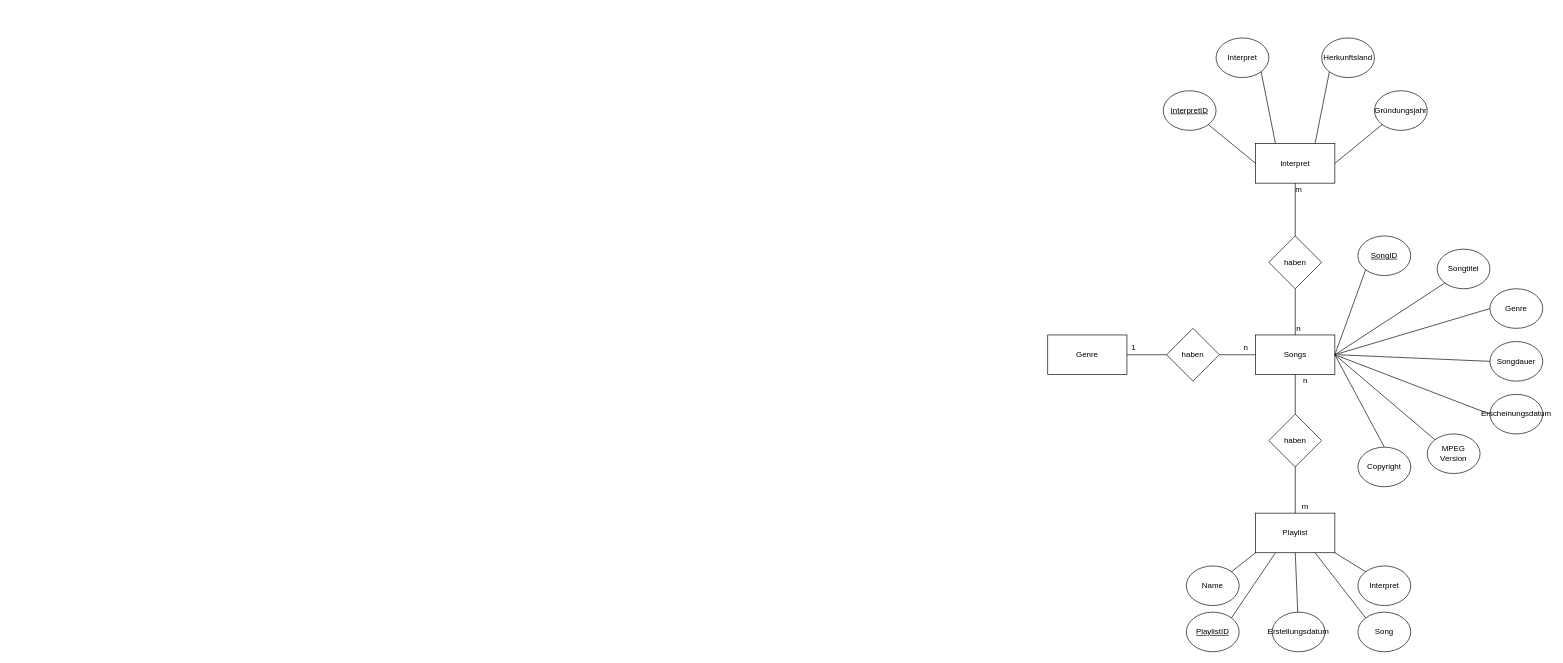
ManuelEderr/Musikverwaltung keeps this draw.io diagram as Untitled Diagram.drawio. Above is the earlier version. Source tidied: cells renumbered, new cells numbered last; positions are measured from the earlier drawing's top-left corner, leaving out a move shared by most shapes. Both pictures are drawn from the tidied source at 66%, with x=0, y=0 at pixel (1047, 38).
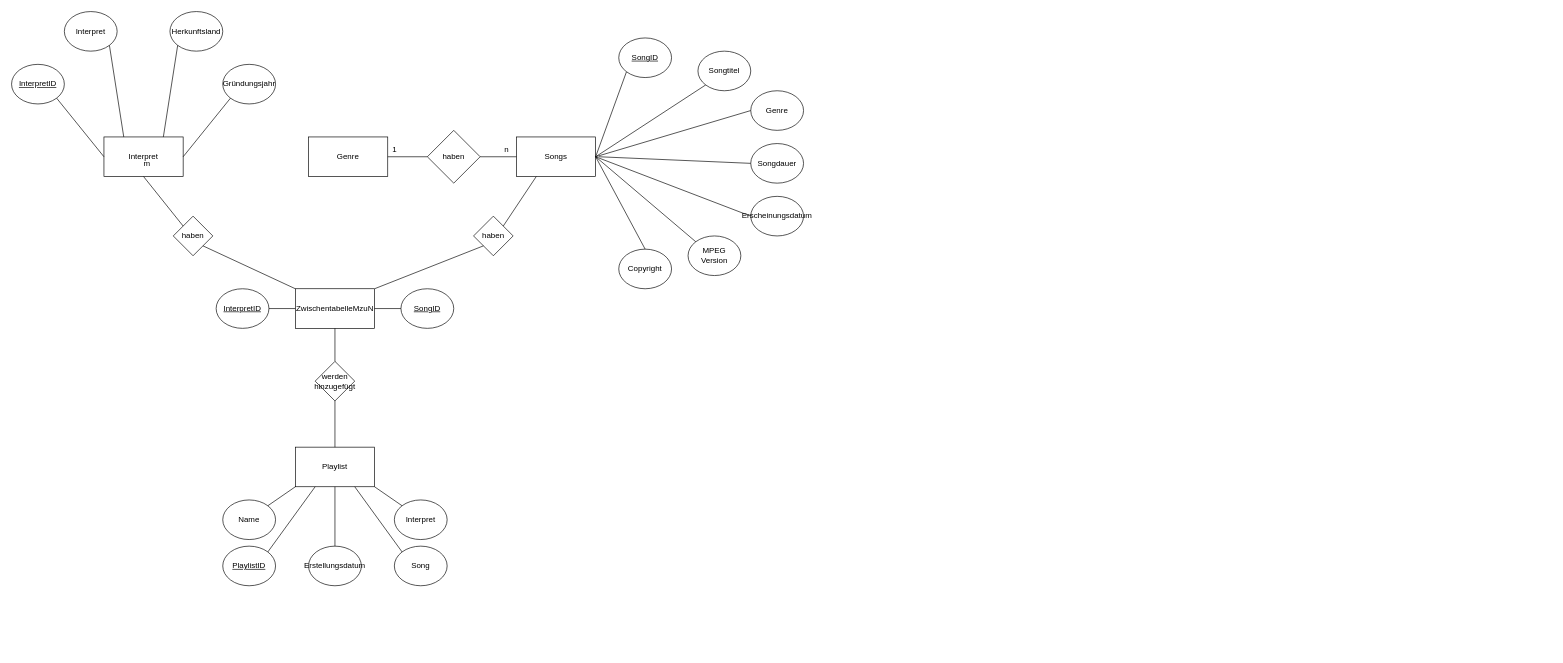
The same page after the edit.

Diff of the diagram source:
```diff
@@
     <mxCell id="2" value="Interpret" style="rounded=0;whiteSpace=wrap;html=1;" parent="1" vertex="1">
-      <mxGeometry x="315" y="160" width="120" height="60" as="geometry" />
+      <mxGeometry x="-1430" y="150" width="120" height="60" as="geometry" />
     </mxCell>
-    <mxCell id="3" value="haben" style="rhombus;whiteSpace=wrap;html=1;" parent="1" vertex="1">
-      <mxGeometry x="335" y="300" width="80" height="80" as="geometry" />
-    </mxCell>
     <mxCell id="4" value="Songs" style="rounded=0;whiteSpace=wrap;html=1;" parent="1" vertex="1">
-      <mxGeometry x="315" y="450" width="120" height="60" as="geometry" />
+      <mxGeometry x="-805" y="150" width="120" height="60" as="geometry" />
     </mxCell>
     <mxCell id="5" value="Playlist" style="rounded=0;whiteSpace=wrap;html=1;" parent="1" vertex="1">
-      <mxGeometry x="315" y="720" width="120" height="60" as="geometry" />
+      <mxGeometry x="-1140" y="620" width="120" height="60" as="geometry" />
     </mxCell>
     <mxCell id="6" value="Genre" style="rounded=0;whiteSpace=wrap;html=1;" parent="1" vertex="1">
-      <mxGeometry y="450" width="120" height="60" as="geometry" />
+      <mxGeometry x="-1120" y="150" width="120" height="60" as="geometry" />
     </mxCell>
-    <mxCell id="7" value="haben" style="rhombus;whiteSpace=wrap;html=1;" parent="1" vertex="1">
-      <mxGeometry x="335" y="570" width="80" height="80" as="geometry" />
-    </mxCell>
     <mxCell id="8" value="haben" style="rhombus;whiteSpace=wrap;html=1;" parent="1" vertex="1">
-      <mxGeometry x="180" y="440" width="80" height="80" as="geometry" />
+      <mxGeometry x="-940" y="140" width="80" height="80" as="geometry" />
     </mxCell>
     <mxCell id="9" value="&lt;u&gt;InterpretID&lt;/u&gt;" style="ellipse;whiteSpace=wrap;html=1;" parent="1" vertex="1">
-      <mxGeometry x="175" y="80" width="80" height="60" as="geometry" />
+      <mxGeometry x="-1570" y="40" width="80" height="60" as="geometry" />
     </mxCell>
     <mxCell id="10" value="Interpret" style="ellipse;whiteSpace=wrap;html=1;" parent="1" vertex="1">
-      <mxGeometry x="255" width="80" height="60" as="geometry" />
+      <mxGeometry x="-1490" y="-40" width="80" height="60" as="geometry" />
     </mxCell>
     <mxCell id="11" value="Herkunftsland" style="ellipse;whiteSpace=wrap;html=1;" parent="1" vertex="1">
-      <mxGeometry x="415" width="80" height="60" as="geometry" />
+      <mxGeometry x="-1330" y="-40" width="80" height="60" as="geometry" />
     </mxCell>
     <mxCell id="12" value="Gründungsjahr" style="ellipse;whiteSpace=wrap;html=1;" parent="1" vertex="1">
-      <mxGeometry x="495" y="80" width="80" height="60" as="geometry" />
+      <mxGeometry x="-1250" y="40" width="80" height="60" as="geometry" />
     </mxCell>
     <mxCell id="13" value="&lt;u&gt;SongID&lt;/u&gt;" style="ellipse;whiteSpace=wrap;html=1;" parent="1" vertex="1">
-      <mxGeometry x="470" y="300" width="80" height="60" as="geometry" />
+      <mxGeometry x="-650" width="80" height="60" as="geometry" />
     </mxCell>
     <mxCell id="14" value="Songtitel" style="ellipse;whiteSpace=wrap;html=1;" parent="1" vertex="1">
-      <mxGeometry x="590" y="320" width="80" height="60" as="geometry" />
+      <mxGeometry x="-530" y="20" width="80" height="60" as="geometry" />
     </mxCell>
     <mxCell id="15" value="Songdauer" style="ellipse;whiteSpace=wrap;html=1;" parent="1" vertex="1">
-      <mxGeometry x="670" y="460" width="80" height="60" as="geometry" />
+      <mxGeometry x="-450" y="160" width="80" height="60" as="geometry" />
     </mxCell>
     <mxCell id="16" value="Genre" style="ellipse;whiteSpace=wrap;html=1;" parent="1" vertex="1">
-      <mxGeometry x="670" y="380" width="80" height="60" as="geometry" />
+      <mxGeometry x="-450" y="80" width="80" height="60" as="geometry" />
     </mxCell>
     <mxCell id="17" value="Erscheinungsdatum" style="ellipse;whiteSpace=wrap;html=1;" parent="1" vertex="1">
-      <mxGeometry x="670" y="540" width="80" height="60" as="geometry" />
+      <mxGeometry x="-450" y="240" width="80" height="60" as="geometry" />
     </mxCell>
     <mxCell id="18" value="MPEG Version" style="ellipse;whiteSpace=wrap;html=1;" parent="1" vertex="1">
-      <mxGeometry x="575" y="600" width="80" height="60" as="geometry" />
+      <mxGeometry x="-545" y="300" width="80" height="60" as="geometry" />
     </mxCell>
     <mxCell id="19" value="Copyright" style="ellipse;whiteSpace=wrap;html=1;" parent="1" vertex="1">
-      <mxGeometry x="470" y="620" width="80" height="60" as="geometry" />
+      <mxGeometry x="-650" y="320" width="80" height="60" as="geometry" />
     </mxCell>
     <mxCell id="20" value="Name" style="ellipse;whiteSpace=wrap;html=1;" parent="1" vertex="1">
-      <mxGeometry x="210" y="800" width="80" height="60" as="geometry" />
+      <mxGeometry x="-1250" y="700" width="80" height="60" as="geometry" />
     </mxCell>
     <mxCell id="21" value="Erstellungsdatum" style="ellipse;whiteSpace=wrap;html=1;" parent="1" vertex="1">
-      <mxGeometry x="340" y="870" width="80" height="60" as="geometry" />
+      <mxGeometry x="-1120" y="770" width="80" height="60" as="geometry" />
     </mxCell>
     <mxCell id="22" value="Song" style="ellipse;whiteSpace=wrap;html=1;" parent="1" vertex="1">
-      <mxGeometry x="470" y="870" width="80" height="60" as="geometry" />
+      <mxGeometry x="-990" y="770" width="80" height="60" as="geometry" />
     </mxCell>
     <mxCell id="23" value="Interpret" style="ellipse;whiteSpace=wrap;html=1;" parent="1" vertex="1">
-      <mxGeometry x="470" y="800" width="80" height="60" as="geometry" />
+      <mxGeometry x="-990" y="700" width="80" height="60" as="geometry" />
     </mxCell>
     <mxCell id="24" value="&lt;u&gt;PlaylistID&lt;/u&gt;" style="ellipse;whiteSpace=wrap;html=1;" parent="1" vertex="1">
-      <mxGeometry x="210" y="870" width="80" height="60" as="geometry" />
+      <mxGeometry x="-1250" y="770" width="80" height="60" as="geometry" />
     </mxCell>
@@
     <mxCell id="32" style="endArrow=none;html=1;rounded=0;exitX=0;exitY=0.5;exitDx=0;exitDy=0;" parent="1" edge="1" source="15">
       <mxGeometry relative="1" as="geometry">
-        <mxPoint x="440" y="480" as="targetPoint" />
+        <mxPoint x="-680" y="180" as="targetPoint" />
       </mxGeometry>
     </mxCell>
@@
     <mxCell id="43" value="1" style="text;html=1;align=center;verticalAlign=middle;strokeColor=none;fillColor=none;" parent="1" vertex="1">
-      <mxGeometry x="120" y="460" width="20" height="20" as="geometry" />
+      <mxGeometry x="-1000" y="160" width="20" height="20" as="geometry" />
     </mxCell>
     <mxCell id="44" value="n" style="text;html=1;align=center;verticalAlign=middle;strokeColor=none;fillColor=none;" parent="1" vertex="1">
-      <mxGeometry x="290" y="460" width="20" height="20" as="geometry" />
+      <mxGeometry x="-830" y="160" width="20" height="20" as="geometry" />
     </mxCell>
-    <mxCell id="45" style="endArrow=none;html=1;rounded=0;exitX=0.5;exitY=0;exitDx=0;exitDy=0;entryX=0.5;entryY=1;entryDx=0;entryDy=0;" parent="1" edge="1" source="3" target="2">
-      <mxGeometry relative="1" as="geometry" />
-    </mxCell>
-    <mxCell id="46" style="endArrow=none;html=1;rounded=0;exitX=0.5;exitY=0;exitDx=0;exitDy=0;" parent="1" edge="1" source="4">
-      <mxGeometry relative="1" as="geometry">
-        <mxPoint x="375" y="380" as="targetPoint" />
-      </mxGeometry>
-    </mxCell>
     <mxCell id="47" value="m" style="text;html=1;align=center;verticalAlign=middle;strokeColor=none;fillColor=none;" parent="1" vertex="1">
-      <mxGeometry x="365" y="220" width="30" height="20" as="geometry" />
+      <mxGeometry x="-1380" y="180" width="30" height="20" as="geometry" />
     </mxCell>
-    <mxCell id="48" value="n" style="text;html=1;align=center;verticalAlign=middle;strokeColor=none;fillColor=none;" parent="1" vertex="1">
-      <mxGeometry x="370" y="430" width="20" height="20" as="geometry" />
-    </mxCell>
-    <mxCell id="49" style="endArrow=none;html=1;rounded=0;exitX=0.5;exitY=0;exitDx=0;exitDy=0;" parent="1" edge="1" source="7">
-      <mxGeometry relative="1" as="geometry">
-        <mxPoint x="375" y="510" as="targetPoint" />
-      </mxGeometry>
-    </mxCell>
-    <mxCell id="50" value="n" style="text;html=1;align=center;verticalAlign=middle;strokeColor=none;fillColor=none;" parent="1" vertex="1">
-      <mxGeometry x="380" y="510" width="20" height="20" as="geometry" />
-    </mxCell>
-    <mxCell id="51" style="endArrow=none;html=1;rounded=0;exitX=0.5;exitY=0;exitDx=0;exitDy=0;" parent="1" edge="1" source="5">
-      <mxGeometry relative="1" as="geometry">
-        <mxPoint x="375" y="650" as="targetPoint" />
-      </mxGeometry>
-    </mxCell>
-    <mxCell id="52" value="m" style="text;html=1;align=center;verticalAlign=middle;strokeColor=none;fillColor=none;" parent="1" vertex="1">
-      <mxGeometry x="375" y="700" width="30" height="20" as="geometry" />
-    </mxCell>
+    <mxCell id="53" value="ZwischentabelleMzuN" style="rounded=0;whiteSpace=wrap;html=1;" parent="1" vertex="1">
+      <mxGeometry x="-1140" y="380" width="120" height="60" as="geometry" />
+    </mxCell>
+    <mxCell id="54" value="&lt;u&gt;InterpretID&lt;/u&gt;" style="ellipse;whiteSpace=wrap;html=1;" parent="1" vertex="1">
+      <mxGeometry x="-1260" y="380" width="80" height="60" as="geometry" />
+    </mxCell>
+    <mxCell id="55" value="&lt;u&gt;SongID&lt;/u&gt;" style="ellipse;whiteSpace=wrap;html=1;" parent="1" vertex="1">
+      <mxGeometry x="-980" y="380" width="80" height="60" as="geometry" />
+    </mxCell>
+    <mxCell id="56" style="endArrow=none;html=1;rounded=0;exitX=1;exitY=0.5;exitDx=0;exitDy=0;" parent="1" edge="1" source="54">
+      <mxGeometry relative="1" as="geometry">
+        <mxPoint x="-1140" y="410" as="targetPoint" />
+      </mxGeometry>
+    </mxCell>
+    <mxCell id="57" style="endArrow=none;html=1;rounded=0;exitX=1;exitY=0.5;exitDx=0;exitDy=0;entryX=0;entryY=0.5;entryDx=0;entryDy=0;" parent="1" edge="1" source="53" target="55">
+      <mxGeometry relative="1" as="geometry" />
+    </mxCell>
+    <mxCell id="58" value="haben" style="rhombus;whiteSpace=wrap;html=1;" parent="1" vertex="1">
+      <mxGeometry x="-1325" y="270" width="60" height="60" as="geometry" />
+    </mxCell>
+    <mxCell id="59" value="haben" style="rhombus;whiteSpace=wrap;html=1;" parent="1" vertex="1">
+      <mxGeometry x="-870" y="270" width="60" height="60" as="geometry" />
+    </mxCell>
+    <mxCell id="60" style="endArrow=none;html=1;rounded=0;entryX=0.25;entryY=1;entryDx=0;entryDy=0;exitX=1;exitY=0;exitDx=0;exitDy=0;" parent="1" edge="1" source="59" target="4">
+      <mxGeometry relative="1" as="geometry" />
+    </mxCell>
+    <mxCell id="61" style="endArrow=none;html=1;rounded=0;exitX=1;exitY=0;exitDx=0;exitDy=0;entryX=0;entryY=1;entryDx=0;entryDy=0;" parent="1" edge="1" source="53" target="59">
+      <mxGeometry relative="1" as="geometry" />
+    </mxCell>
+    <mxCell id="62" style="endArrow=none;html=1;rounded=0;exitX=0.5;exitY=1;exitDx=0;exitDy=0;entryX=0;entryY=0;entryDx=0;entryDy=0;" parent="1" edge="1" source="2" target="58">
+      <mxGeometry relative="1" as="geometry" />
+    </mxCell>
+    <mxCell id="63" style="endArrow=none;html=1;rounded=0;exitX=1;exitY=1;exitDx=0;exitDy=0;entryX=0;entryY=0;entryDx=0;entryDy=0;" parent="1" edge="1" source="58" target="53">
+      <mxGeometry relative="1" as="geometry" />
+    </mxCell>
+    <mxCell id="64" style="endArrow=none;html=1;rounded=0;exitX=0.5;exitY=0;exitDx=0;exitDy=0;entryX=0.5;entryY=1;entryDx=0;entryDy=0;startArrow=none;" parent="1" edge="1" source="65" target="53">
+      <mxGeometry relative="1" as="geometry" />
+    </mxCell>
+    <mxCell id="65" value="werden hinzugefügt" style="rhombus;whiteSpace=wrap;html=1;" parent="1" vertex="1">
+      <mxGeometry x="-1110" y="490" width="60" height="60" as="geometry" />
+    </mxCell>
+    <mxCell id="66" style="endArrow=none;html=1;rounded=0;entryX=0.5;entryY=1;entryDx=0;entryDy=0;" parent="1" edge="1" target="65">
+      <mxGeometry relative="1" as="geometry">
+        <mxPoint x="-1080" y="620" as="sourcePoint" />
+      </mxGeometry>
+    </mxCell>
```
